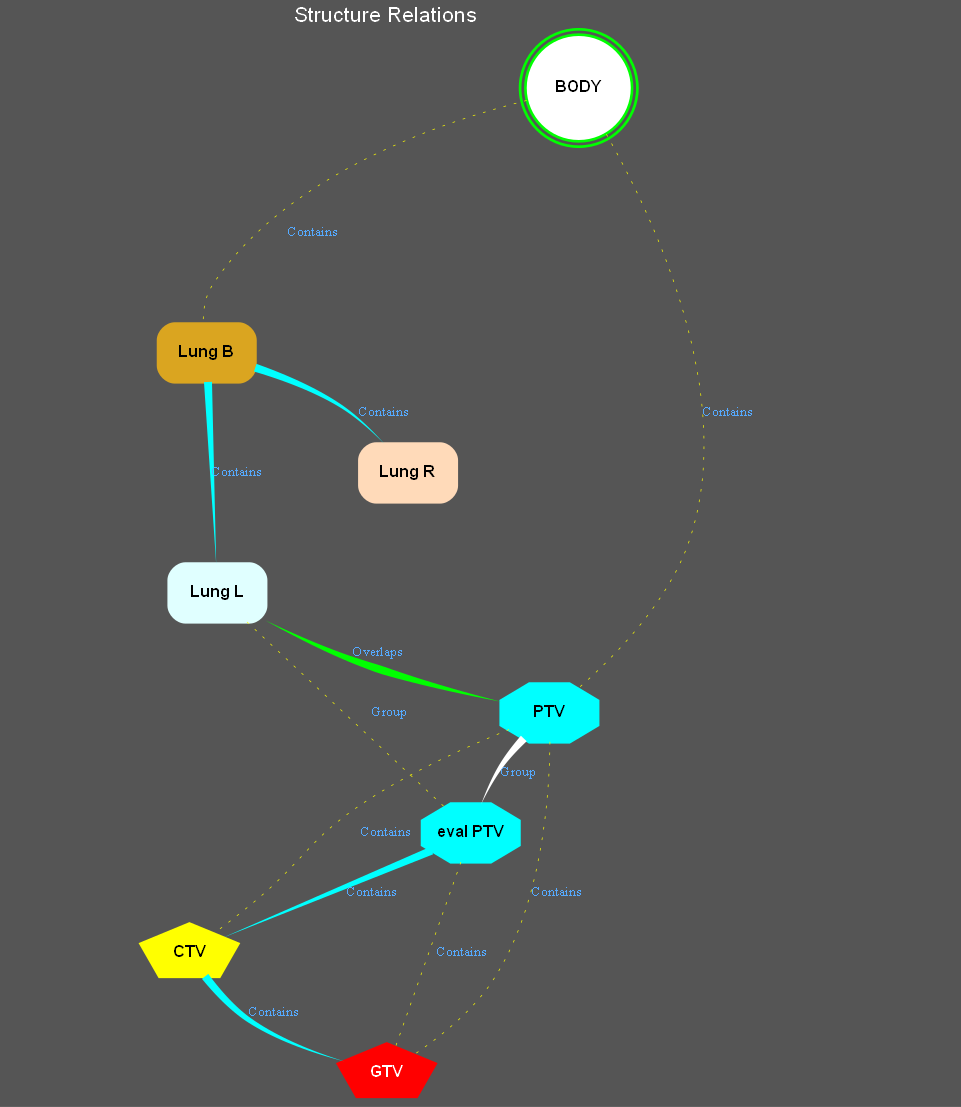
Before: test_graph.png, a diagram exported from Graphviz (GregSal/StructureRelations). Its source is kept beside it as test_graph.gv.
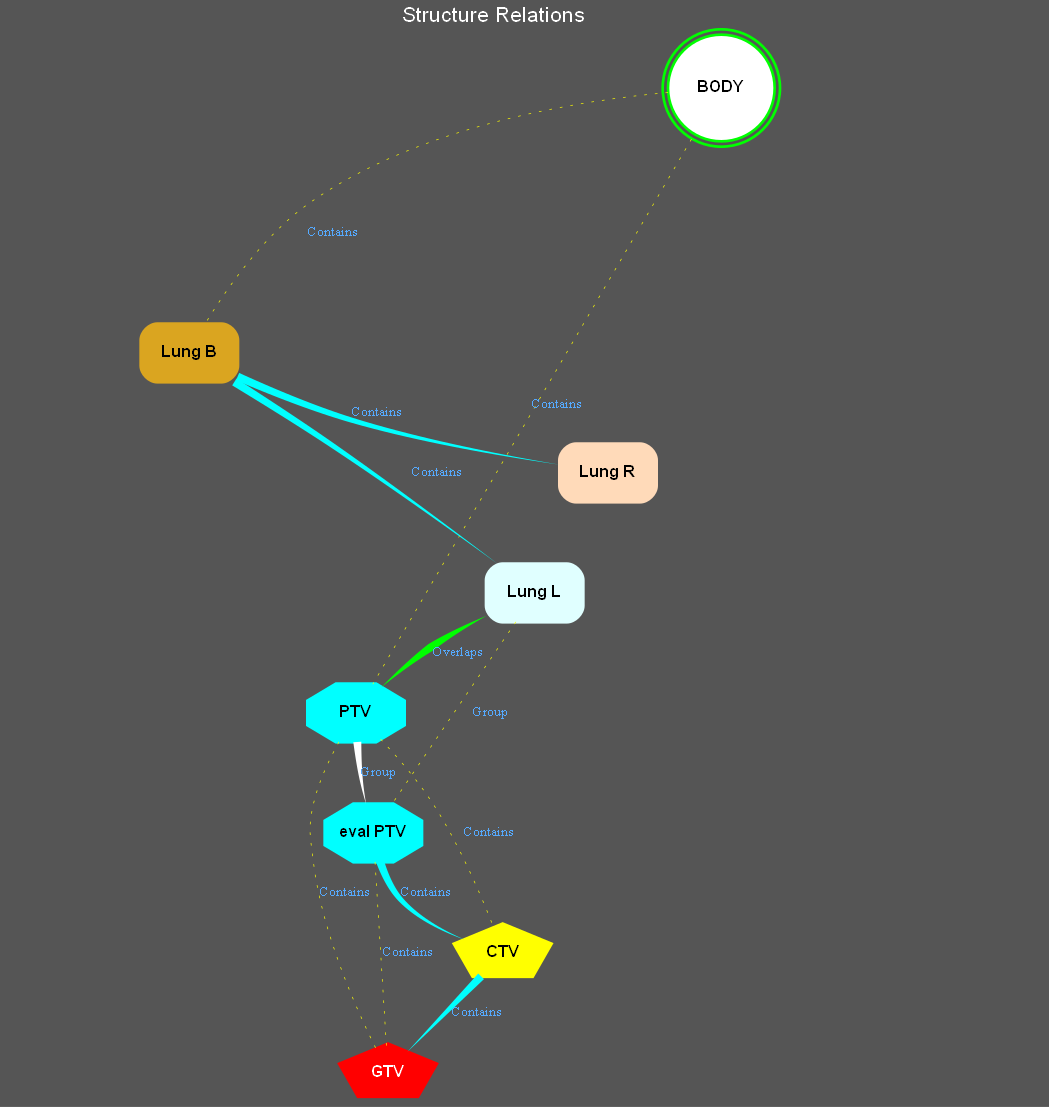
The same file after the commit.

The edit, as a diff of the source:
```diff
@@ -1,5 +1,5 @@
 strict graph "" {
-	graph [bb="0,0,855,826.2",
+	graph [bb="0,0,825,826.2",
 		bgcolor="#555555",
 		clusterrank=none,
 		fontcolor=white,
@@ -8,7 +8,7 @@
 		label="Structure Relations",
 		labelloc=t,
 		lheight=0.25,
-		lp="427.5,813.2",
+		lp="412.5,813.2",
 		lwidth=1.92
 	];
 	node [fixedsize=shape,
@@ -41,7 +41,7 @@
 			height=1.1111,
 			label=BODY,
 			penwidth=2,
-			pos="572,760.2",
+			pos="583,760.2",
 			shape=doublecircle,
 			tooltip="ID: BODY
 ROI: 1
@@ -57,13 +57,88 @@
 10.6cm, -23.2cm)",
 			width=1.1111];
 	}
+	subgraph Target {
+		graph [cluster=True];
+		38	[color="#ff0000",
+			fontcolor="#FFFFFF",
+			height=0.59722,
+			label=GTV,
+			pos="333,21.5",
+			shape=pentagon,
+			tooltip="ID: GTV
+ROI: 38
+
+DICOM Type GTV
+Code: GTVp
+Label: Primary Gross Tumor Volume
+Scheme: 99VMS_STRUCTCODE
+Volume: 8.03 cc
+Length: 2.6 \
+\
+cm
+Range: (-0.4cm, -3cm)"];
+		24	[color="#ffff00",
+			fontcolor="#000000",
+			height=0.59722,
+			label=CTV,
+			pos="419,111.5",
+			shape=pentagon,
+			tooltip="ID: CTV
+ROI: 24
+
+DICOM Type GTV
+Code: ITV
+Label: Internal Target Volume
+Scheme: 99VMS_STRUCTCODE
+Volume: 34.45 cc
+Length: 3.6 cm
+\
+\
+Range: (0cm, -3.6cm)"];
+		30	[color="#00ffff",
+			fontcolor="#000000",
+			height=0.59722,
+			label=PTV,
+			pos="309,291.5",
+			shape=octagon,
+			tooltip="ID: PTV
+ROI: 30
+
+DICOM Type PTV
+Code: PTVp
+Label: Primary Planning Target Volume
+Scheme: 99VMS_STRUCTCODE
+Volume: 74.649 cc
+Length: \
+\
+4.6 cm
+Range: (0.6cm, -4.0cm)"];
+		41	[color="#00ffff",
+			fontcolor="#000000",
+			height=0.59722,
+			label="eval PTV",
+			pos="322,201.5",
+			shape=octagon,
+			tooltip="ID: eval PTV
+ROI: 41
+
+DICOM Type PTV
+Code: PTVp
+Label: Primary Planning Target Volume
+Scheme: 99VMS_STRUCTCODE
+Volume: 74.649 cc
+\
+\
+Length: 4.6 cm
+Range: (0.6cm, -4.0cm)"];
+	}
 	subgraph Organ {
 		graph [cluster=True];
 		26	[color="#e0ffff",
 			fontcolor="#000000",
 			height=0.59722,
 			label="Lung L",
-			pos="301,381.5",
+			pos="443,381.5",
 			shape=rectangle,
 			style="rounded, filled",
 			tooltip="ID: Lung L
@@ -80,7 +155,7 @@
 			fontcolor="#000000",
 			height=0.59722,
 			label="Lung R",
-			pos="444,471.5",
+			pos="498,471.5",
 			shape=rectangle,
 			style="rounded, filled",
 			tooltip="ID: Lung R
@@ -99,7 +174,7 @@
 			fontcolor="#000000",
 			height=0.59722,
 			label="Lung B",
-			pos="293,561.5",
+			pos="184,561.5",
 			shape=rectangle,
 			style="rounded, filled",
 			tooltip="ID: Lung B
@@ -117,7 +192,7 @@
 		2	[color="#f0fff0",
 			fontcolor="#000000",
 			label=Skin,
-			pos="520,651.6",
+			pos="341,651.6",
 			shape=point,
 			style=invis,
 			tooltip="ID: Skin
@@ -132,322 +207,239 @@
 Range: (10.6cm, -23.2cm)",
 			width=0.6];
 	}
-	subgraph Target {
-		graph [cluster=True];
-		38	[color="#ff0000",
-			fontcolor="#FFFFFF",
-			height=0.59722,
-			label=GTV,
-			pos="428,21.5",
-			shape=pentagon,
-			tooltip="ID: GTV
-ROI: 38
-
-DICOM Type GTV
-Code: GTVp
-Label: Primary Gross Tumor Volume
-Scheme: 99VMS_STRUCTCODE
-Volume: 8.03 cc
-Length: 2.6 \
+	26 -- 38	[color=cyan,
+		dir=forward,
+		label=Contains,
+		lp="552.5,201.5",
+		penwidth=6,
+		pos="479.29,368.62 491.58,362.66 503.96,354.07 511,342 568.38,243.57 526.39,185.33 464,90 441.72,55.963 396.58,38.168 365.57,29.569",
+		style=invis];
+	26 -- 24	[color=cyan,
+		dir=forward,
+		label=Contains,
+		lp="455.5,246.5",
+		penwidth=6,
+		pos="442.56,359.94 441.6,323.54 438.75,245.45 431,180 429.03,163.33 425.59,144.55 422.89,131.04",
+		style=invis];
+	26 -- 30	[color=green,
+		dir=both,
+		label=Overlaps,
+		lp="385.5,336.5",
+		penwidth=6,
+		pos="406.83,364.36 393.88,358.02 379.43,350.28 367,342 353.12,332.75 338.85,320.62 327.94,310.68",
+		style=tapered];
+	26 -- 41	[color=yellow,
+		dir=forward,
+		label=Group,
+		lp="410.5,291.5",
+		penwidth=0.5,
+		pos="428.9,359.83 419.79,346.47 407.69,328.71 397,313 375.75,281.75 351.15,245.5 336.09,223.28",
+		style=dotted];
+	27 -- 26	[label=Disjoint,
+		lp="476,426.5",
+		pos="473.3,449.71 468.03,444.36 462.89,438.32 459,432 453.6,423.23 449.84,412.46 447.32,403.2",
+		style=invis];
+	27 -- 38	[label=Disjoint,
+		lp="620,246.5",
+		pos="520.71,449.69 526.28,444.16 532.06,438.04 537,432 586.68,371.31 621.83,347.02 607,270 585.28,157.22 556.24,115.25 455,61 426.71,\
 \
-cm
-Range: (-0.4cm, -3cm)"];
-		24	[color="#ffff00",
-			fontcolor="#000000",
-			height=0.59722,
-			label=CTV,
-			pos="280,111.5",
-			shape=pentagon,
-			tooltip="ID: CTV
-ROI: 24
-
-DICOM Type GTV
-Code: ITV
-Label: Internal Target Volume
-Scheme: 99VMS_STRUCTCODE
-Volume: 34.45 cc
-Length: 3.6 cm
+45.842 391.49,35.53 366.17,29.422",
+		style=invis];
+	27 -- 24	[label=Disjoint,
+		lp="586,291.5",
+		pos="510.59,449.72 539.28,399.45 602.97,268.84 549,180 528.07,145.55 483.22,127.89 452.1,119.42",
+		style=invis];
+	27 -- 30	[label=Disjoint,
+		lp="381,381.5",
+		pos="461.99,459.5 432.56,448.99 391.47,430.6 364,403 338.45,377.33 322.67,337.4 314.89,313.22",
+		style=invis];
+	27 -- 41	[label=Disjoint,
+		lp="497,336.5",
+		pos="499.12,449.9 499.67,427.21 498.57,389.97 488,360 472.01,314.66 462.35,303.64 428,270 404.62,247.1 372.24,227.86 349.44,215.86",
+		style=invis];
+	25 -- 26	[color=cyan,
+		dir=forward,
+		label=Contains,
+		lp="369.5,471.5",
+		penwidth=6,
+		pos="217.74,539.71 238.73,526.61 266.17,509.17 290,493 334.6,462.73 385.06,425.74 415.43,403.16",
+		style=tapered];
+	25 -- 27	[color=cyan,
+		dir=forward,
+		label=Contains,
+		lp="324.5,516.5",
+		penwidth=6,
+		pos="220.19,543.73 244.13,533.15 276.45,519.87 306,511 359.24,495.02 422.79,483.75 461.77,477.69",
+		style=tapered];
+	25 -- 38	[color=cyan,
+		dir=forward,
+		label=Contains,
+		lp="64.5,291.5",
+		penwidth=6,
+		pos="147.74,553.73 106.86,543.76 46,520.81 46,472.5 46,472.5 46,472.5 46,110.5 46,58.319 221.61,33.927 298.1,25.778",
+		style=invis];
+	25 -- 24	[color=cyan,
+		dir=forward,
+		label=Contains,
+		lp="113.5,336.5",
+		penwidth=6,
+		pos="166.03,539.95 133.53,500.21 70.509,409.76 95,331 134.28,204.7 212.95,208.64 332,151 352.66,140.99 376.54,130.5 394.04,123",
+		style=invis];
+	25 -- 30	[color=green,
+		dir=both,
+		label=Overlaps,
+		lp="231.5,426.5",
+		penwidth=6,
+		pos="186.18,539.85 191.56,497.13 208.76,397.5 257,331 263.99,321.36 274.11,313.11 283.56,306.74",
+		style=invis];
+	25 -- 41	[color=cyan,
+		dir=forward,
+		label=Contains,
+		lp="156.5,381.5",
+		penwidth=6,
+		pos="175.02,539.98 151.34,482.41 94.788,318.51 181,241 211.66,213.44 232.52,234.88 272,223 279.19,220.84 286.77,218.03 293.79,215.18",
+		style=invis];
+	2 -- 26	[label=Disjoint,
+		lp="423,516.5",
+		pos="351.05,632.3 364.25,607.74 387.55,562.53 403,522 418.71,480.8 431.63,430.74 438.24,403.19",
+		style=invis];
+	2 -- 27	[label=Disjoint,
+		lp="473,561.5",
+		pos="359,638.72 369.74,631.39 383.49,621.59 395,612 409.25,600.13 413.15,597.27 425,583 449.24,553.82 472.56,516.35 486.07,493.4",
+		style=invis];
+	2 -- 25	[label=Disjoint,
+		lp="256,606.5",
+		pos="320.04,645.15 298.66,639.04 265.03,627.86 239,612 225.95,604.04 213.14,592.79 203.18,583.02",
+		style=invis];
+	2 -- 38	[color=blue,
+		dir=forward,
+		label=Island,
+		lp="12.5,336.5",
+		pos="325.21,636.66 321.7,634.13 317.87,631.74 314,630 275.58,612.78 262.21,620.6 221,612 122.47,591.43 0,663.16 0,562.5 0,562.5 0,562.5 \
 \
+0,110.5 0,49.133 214.06,29.601 298.93,24.269",
+		style=invis];
+	2 -- 24	[color=blue,
+		dir=forward,
+		label=Island,
+		lp="637.5,381.5",
+		pos="361.95,645.96 393.86,637.97 455.01,618.9 494,583 612.42,473.97 621.75,411.81 641,252 648.52,189.59 596.53,182.26 542,151 526.18,\
 \
-Range: (0cm, -3.6cm)"];
-		30	[color="#00ffff",
-			fontcolor="#000000",
-			height=0.59722,
-			label=PTV,
-			pos="550,291.5",
-			shape=octagon,
-			tooltip="ID: PTV
-ROI: 30
-
-DICOM Type PTV
-Code: PTVp
-Label: Primary Planning Target Volume
-Scheme: 99VMS_STRUCTCODE
-Volume: 74.649 cc
-Length: \
+141.93 480.64,128.8 449.64,120.46",
+		style=invis];
+	2 -- 30	[color=blue,
+		dir=forward,
+		label=Island,
+		lp="273.5,471.5",
+		pos="340.35,629.82 338.37,600.08 330.62,545.22 301,511 288.24,496.26 271.59,509.37 261,493 241.61,463.02 281.59,358 300.18,313.11",
+		style=invis];
+	2 -- 41	[color=blue,
+		dir=forward,
+		label=Island,
+		lp="193.5,426.5",
+		pos="334.25,630.67 323.99,602.22 302.5,549.19 273,511 265.49,501.27 261.33,501.01 252,493 220.43,465.91 198.36,469.81 181,432 161.09,\
 \
-4.6 cm
-Range: (0.6cm, -4.0cm)"];
-		41	[color="#00ffff",
-			fontcolor="#000000",
-			height=0.59722,
-			label="eval PTV",
-			pos="491,201.5",
-			shape=octagon,
-			tooltip="ID: eval PTV
-ROI: 41
-
-DICOM Type PTV
-Code: PTVp
-Label: Primary Planning Target Volume
-Scheme: 99VMS_STRUCTCODE
-Volume: 74.649 cc
-\
-\
-Length: 4.6 cm
-Range: (0.6cm, -4.0cm)"];
-	}
+388.65 262.45,268.66 304.45,221.7",
+		style=invis];
 	1 -- 26	[color=cyan,
 		dir=forward,
 		label=Contains,
-		lp="229.5,561.5",
+		lp="606.5,561.5",
 		penwidth=6,
-		pos="532.27,755.59 450.24,745.62 265.29,709.4 211,583 182.62,516.91 244.83,439.44 279.61,403.18",
+		pos="588.57,720.55 595.48,657.82 600.15,532.55 543,450 527.14,427.1 500.77,409.77 479.09,398.41",
 		style=invis];
 	1 -- 27	[color=cyan,
 		dir=forward,
 		label=Contains,
-		lp="588.5,606.5",
+		lp="556.5,606.5",
 		penwidth=6,
-		pos="577.31,720.24 580.26,687.44 580.94,639.79 567,601 550.18,554.21 505.87,515.45 475.29,493.12",
+		pos="571.89,721.72 553.75,660.55 518.39,541.27 504.15,493.26",
 		style=invis];
 	1 -- 25	[color=yellow,
 		dir=forward,
 		label=Contains,
-		lp="372.5,651.6",
+		lp="291.5,651.6",
 		penwidth=0.5,
-		pos="532.94,750.85 471.07,735.36 351.9,695.8 297,612 291.52,603.63 290.18,592.69 290.36,583.21",
+		pos="543.08,756.79 480.19,751.22 356.64,732.91 273,673.2 238.88,648.84 210.83,608.02 195.83,583.34",
 		style=dotted];
 	1 -- 2	[color=magenta,
 		dir=forward,
 		label="Cut-out",
-		lp="558,696.7",
-		pos="554.83,724 546.25,706.41 536.22,685.84 529.13,671.31",
+		lp="376,696.7",
+		pos="542.88,759.57 493.87,757.87 411.18,747.78 360,702.2 351.6,694.72 346.89,683.1 344.26,672.99",
 		style=invis];
 	1 -- 38	[color=cyan,
 		dir=forward,
 		label=Contains,
-		lp="836.5,381.5",
+		lp="806.5,381.5",
 		penwidth=6,
-		pos="612.07,759.25 681.78,757 818,741.27 818,652.6 818,652.6 818,652.6 818,110.5 818,37.619 555.56,25.092 461.25,22.943",
+		pos="623.01,756.1 682.67,749.06 788,726.21 788,652.6 788,652.6 788,652.6 788,110.5 788,24.411 470.05,20.758 365.72,21.877",
 		style=invis];
 	1 -- 24	[color=cyan,
 		dir=forward,
 		label=Contains,
-		lp="18.5,426.5",
+		lp="754.5,426.5",
 		penwidth=6,
-		pos="531.78,755.97 401.58,745 0,706.77 0,652.6 0,652.6 0,652.6 0,425.5 0,294.28 62.431,263.08 164,180 193.22,156.1 231.91,135.42 256.38,\
-\
-123.45",
+		pos="622,750.17 667.33,737.09 736,708.12 736,652.6 736,652.6 736,652.6 736,245.5 736,123 532.23,111.44 451.43,111.67",
 		style=invis];
 	1 -- 30	[color=yellow,
 		dir=forward,
 		label=Contains,
-		lp="683.5,516.5",
+		lp="380.5,516.5",
 		penwidth=0.5,
-		pos="592.71,725.56 627.78,664.15 691.61,530.2 655,421 639.25,374.02 597.26,332.16 571.41,309.75",
+		pos="550.23,736.94 498.57,699.62 400.14,618.89 362,522 360.21,517.45 360.68,515.71 362,511 364.54,501.97 370.46,502.03 373,493 378.18,\
+\
+474.6 379.82,467.85 373,450 363.01,423.83 343.51,428.07 331,403 316.5,373.95 311.55,336.11 309.87,313.1",
 		style=dotted];
 	1 -- 41	[color=cyan,
 		dir=forward,
 		label=Contains,
-		lp="770.5,471.5",
+		lp="691.5,471.5",
 		penwidth=6,
-		pos="611.72,753.7 665,743.84 753,717.7 753,652.6 753,652.6 753,652.6 753,515.5 753,373.16 707.6,318.19 588,241 568.36,228.33 543.89,218.65 \
+		pos="616.27,737.64 641.19,718.6 671,688.36 671,652.6 671,652.6 671,652.6 671,515.5 671,402.74 700.1,333.61 607,270 576.73,249.32 478.69,\
 \
-524.43,212.17",
-		style=invis];
-	26 -- 38	[color=cyan,
-		dir=forward,
-		label=Contains,
-		lp="191.5,201.5",
-		penwidth=6,
-		pos="275.11,359.78 229.34,320.48 141.94,231.77 175,151 210.37,64.603 332.01,35.703 392.81,26.518",
-		style=invis];
-	26 -- 24	[color=cyan,
-		dir=forward,
-		label=Contains,
-		lp="284.5,246.5",
-		penwidth=6,
-		pos="293.57,359.93 284.94,334.84 271.21,290.96 266,252 260.22,208.82 269.37,157.82 275.39,131.05",
-		style=invis];
-	26 -- 30	[color=green,
-		dir=both,
-		label=Overlaps,
-		lp="421.5,336.5",
-		penwidth=6,
-		pos="337.07,360.85 356.25,350.96 380.48,339.32 403,331 439.87,317.37 483.62,306.57 513.75,299.91",
-		style=tapered];
-	26 -- 41	[color=yellow,
-		dir=forward,
-		label=Group,
-		lp="430.5,291.5",
-		penwidth=0.5,
-		pos="323.17,359.73 360.76,324.52 436.37,253.68 471.82,220.46",
-		style=dotted];
-	27 -- 26	[label=Disjoint,
-		lp="369,426.5",
-		pos="407.93,458.97 390.28,452.47 369.2,443.35 352,432 339.85,423.98 328.06,412.84 318.89,403.15",
-		style=invis];
-	27 -- 38	[label=Disjoint,
-		lp="426,246.5",
-		pos="444.41,450 444.99,405.31 444.48,300.68 428,270 411.97,240.16 382.83,253.46 368,223 359.63,205.82 364.54,198.8 368,180 377.85,126.47 \
-\
-405.06,67.585 419.2,39.382",
-		style=invis];
-	27 -- 24	[label=Disjoint,
-		lp="353,291.5",
-		pos="426.11,449.64 421.84,444.11 417.5,438 414,432 389.51,390.01 405.16,366.55 372,331 359.8,317.92 347.38,326.8 336,313 312.66,284.7 \
-\
-291.12,175.21 283.21,131.08",
-		style=invis];
-	27 -- 30	[label=Disjoint,
-		lp="533,381.5",
-		pos="462.42,449.93 467.09,444.29 471.93,438.06 476,432 502.87,391.92 527.77,341.02 540.71,313.11",
-		style=invis];
-	27 -- 41	[label=Disjoint,
-		lp="485,336.5",
-		pos="447.61,449.92 456.36,400.03 478.62,273.11 487.38,223.15",
-		style=invis];
-	25 -- 26	[color=cyan,
-		dir=forward,
-		label=Contains,
-		lp="315.5,471.5",
-		penwidth=6,
-		pos="293.93,539.73 295.47,505.43 298.53,437.35 300.07,403.13",
-		style=tapered];
-	25 -- 27	[color=cyan,
-		dir=forward,
-		label=Contains,
-		lp="425.5,516.5",
-		penwidth=6,
-		pos="329.37,550.42 349.11,544 373.41,534.53 393,522 405.27,514.16 417.06,503.03 426.21,493.31",
-		style=tapered];
-	25 -- 38	[color=cyan,
-		dir=forward,
-		label=Contains,
-		lp="142.5,291.5",
-		penwidth=6,
-		pos="256.9,542.14 255.25,541.4 253.61,540.68 252,540 207.17,520.97 180.3,533.34 153,493 96.988,410.22 108.73,368.77 124,270 136.82,187.07 \
-\
-124.93,152.43 181,90 209.14,58.662 330.96,36.732 392.35,27.454",
-		style=invis];
-	25 -- 24	[color=cyan,
-		dir=forward,
-		label=Contains,
-		lp="175.5,336.5",
-		penwidth=6,
-		pos="256.91,541.23 216.62,519.13 157,484.42 157,472.5 157,472.5 157,472.5 157,335.5 157,312.23 240.16,176.45 269.72,128.92",
-		style=invis];
-	25 -- 30	[color=green,
-		dir=both,
-		label=Overlaps,
-		lp="561.5,426.5",
-		penwidth=6,
-		pos="329.01,557.44 372.51,551.87 445.27,536.3 489,493 497.77,484.32 550.2,414.74 554,403 563.75,372.86 559.27,335.67 554.85,313.04",
-		style=invis];
-	25 -- 41	[color=cyan,
-		dir=forward,
-		label=Contains,
-		lp="237.5,381.5",
-		penwidth=6,
-		pos="274.82,539.76 245.01,503.08 191.63,424.57 219,360 241.45,307.04 261.67,297.85 312,270 341.24,253.82 353.39,262.85 385,252 414.92,\
-\
-241.73 421.4,236.52 450,223 454.6,220.82 459.47,218.45 464.18,216.12",
-		style=invis];
-	2 -- 26	[label=Disjoint,
-		lp="372,516.5",
-		pos="500.73,641.23 465.87,623.24 392.45,580.39 355,522 337.25,494.32 349.79,480.69 338,450 331.68,433.53 322.04,416.1 314.18,403.08",
-		style=invis];
-	2 -- 27	[label=Disjoint,
-		lp="507,561.5",
-		pos="511.87,631.54 497.47,597.8 467.62,527.84 452.77,493.06",
-		style=invis];
-	2 -- 25	[label=Disjoint,
-		lp="327,606.5",
-		pos="498.28,649.34 450.46,646.14 338.09,636.19 310,612 301.6,604.77 297.34,593.19 295.19,583.04",
-		style=invis];
-	2 -- 38	[color=blue,
-		dir=forward,
-		label=Island,
-		lp="772.5,336.5",
-		pos="537.52,638.37 547.62,631.08 560.37,621.43 571,612 584.41,600.11 587.82,597 599,583 680.45,481.06 760,467.98 760,337.5 760,337.5 \
-\
-760,337.5 760,110.5 760,49.305 546.59,29.67 461.97,24.289",
-		style=invis];
-	2 -- 24	[color=blue,
-		dir=forward,
-		label=Island,
-		lp="95.5,381.5",
-		pos="498.55,647.04 446.53,638.37 316.51,616.59 297,612 253.2,601.7 237.56,607.78 200,583 120.36,530.45 103.67,496.15 83,403 69.854,343.75 \
-\
-78.585,319.29 114,270 133.97,242.2 150.48,246.88 175,223 192.66,205.81 193.32,198.14 210,180 227.71,160.74 249.64,140.05 264.18,\
-\
-126.73",
-		style=invis];
-	2 -- 30	[color=blue,
-		dir=forward,
-		label=Island,
-		lp="593.5,471.5",
-		pos="529.36,631.99 547.75,593.46 586.48,501.8 582,421 579.77,380.82 584.47,369.27 572,331 570.04,325 567.08,318.89 563.96,313.36",
-		style=invis];
-	2 -- 41	[color=blue,
-		dir=forward,
-		label=Island,
-		lp="622.5,426.5",
-		pos="534.61,635.39 540.9,628.51 548.14,620.1 554,612 588.26,564.64 598.13,550.24 610,493 613.88,474.29 610.79,469.09 610,450 606.66,369.79 \
-\
-636.21,338.89 595,270 578.53,242.48 546,224.13 521.69,213.59",
+260.37 443,252 429.17,248.76 426.35,245.85 413,241 390.8,232.93 384.71,232.3 363,223 358.32,221 353.41,218.71 348.69,216.41",
 		style=invis];
 	24 -- 38	[color=cyan,
 		dir=forward,
 		label=Contains,
-		lp="343.5,66.5",
+		lp="399.5,66.5",
 		penwidth=6,
-		pos="291.77,93.906 300.04,83.274 311.92,69.858 325,61 346.81,46.226 375.04,36.193 396.43,30.082",
+		pos="402.82,93.948 386.86,77.617 362.7,52.888 347.39,37.223",
 		style=tapered];
 	30 -- 38	[color=yellow,
 		dir=forward,
 		label=Contains,
-		lp="555.5,156.5",
+		lp="300.5,156.5",
 		penwidth=0.5,
-		pos="550.39,269.84 550.14,231.22 544.9,146.88 507,90 491.5,66.73 465.81,46.894 447.95,34.863",
+		pos="296.23,269.79 289.02,256.86 280.73,239.57 277,223 272.8,204.36 274.74,198.98 277,180 283.38,126.4 310.05,67.544 324.16,39.365",
 		style=dotted];
 	30 -- 24	[color=yellow,
 		dir=forward,
 		label=Contains,
-		lp="427.5,201.5",
+		lp="408.5,201.5",
 		penwidth=0.5,
-		pos="519.75,279.04 490.23,267.18 444.68,247.03 409,223 369.6,196.46 366.41,181.52 330,151 319.59,142.27 307.53,132.97 297.87,125.69",
+		pos="327.49,271.82 339.69,258.85 355.49,240.77 367,223 386.83,192.39 403.49,153.03 412.28,130.5",
 		style=dotted];
 	30 -- 41	[color=white,
 		dir=forward,
 		label=Group,
-		lp="527.5,246.5",
+		lp="326.5,246.5",
 		penwidth=6,
-		pos="530.78,272.33 524.94,266.22 518.81,259.13 514,252 507.96,243.04 502.74,232.25 498.8,223.03",
+		pos="309.99,269.71 310.59,260.83 311.53,250.37 313,241 313.91,235.17 315.23,228.91 316.57,223.17",
 		style=tapered];
 	41 -- 38	[color=yellow,
 		dir=forward,
 		label=Contains,
-		lp="484.5,111.5",
+		lp="347.5,111.5",
 		penwidth=0.5,
-		pos="483.65,179.73 471.19,144.52 446.11,73.681 434.36,40.465",
+		pos="323.28,179.73 325.45,144.7 329.79,74.418 331.86,40.987",
 		style=dotted];
 	41 -- 24	[color=cyan,
 		dir=forward,
 		label=Contains,
-		lp="416.5,156.5",
+		lp="361.5,156.5",
 		penwidth=6,
-		pos="461.66,188.26 419.88,170.84 343.96,139.18 304.82,122.85",
+		pos="327.17,179.87 330.43,170.19 335.48,159.05 343,151 355.93,137.17 374.93,127.54 390.69,121.38",
 		style=tapered];
 }
```
